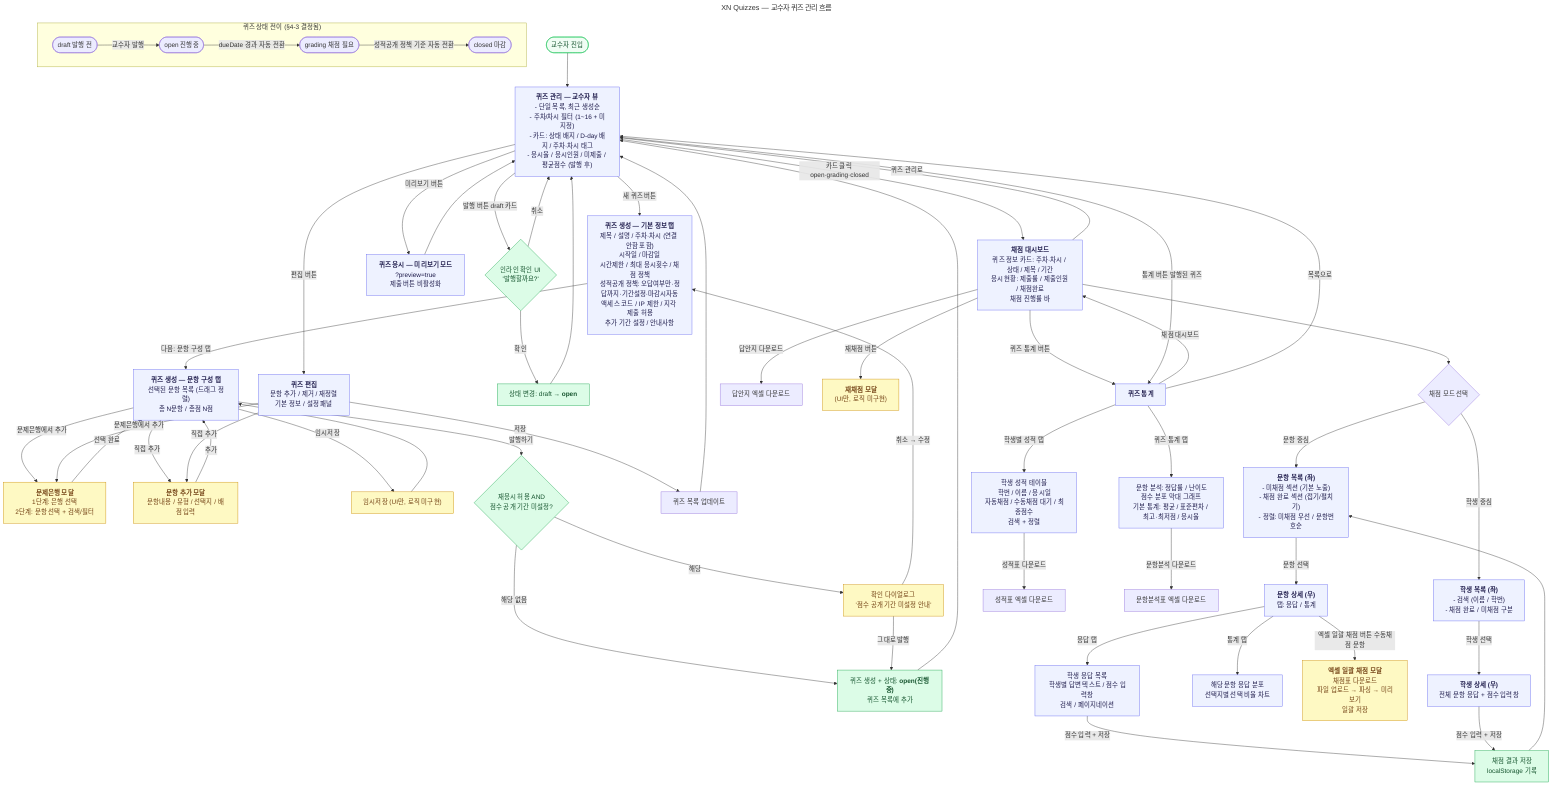
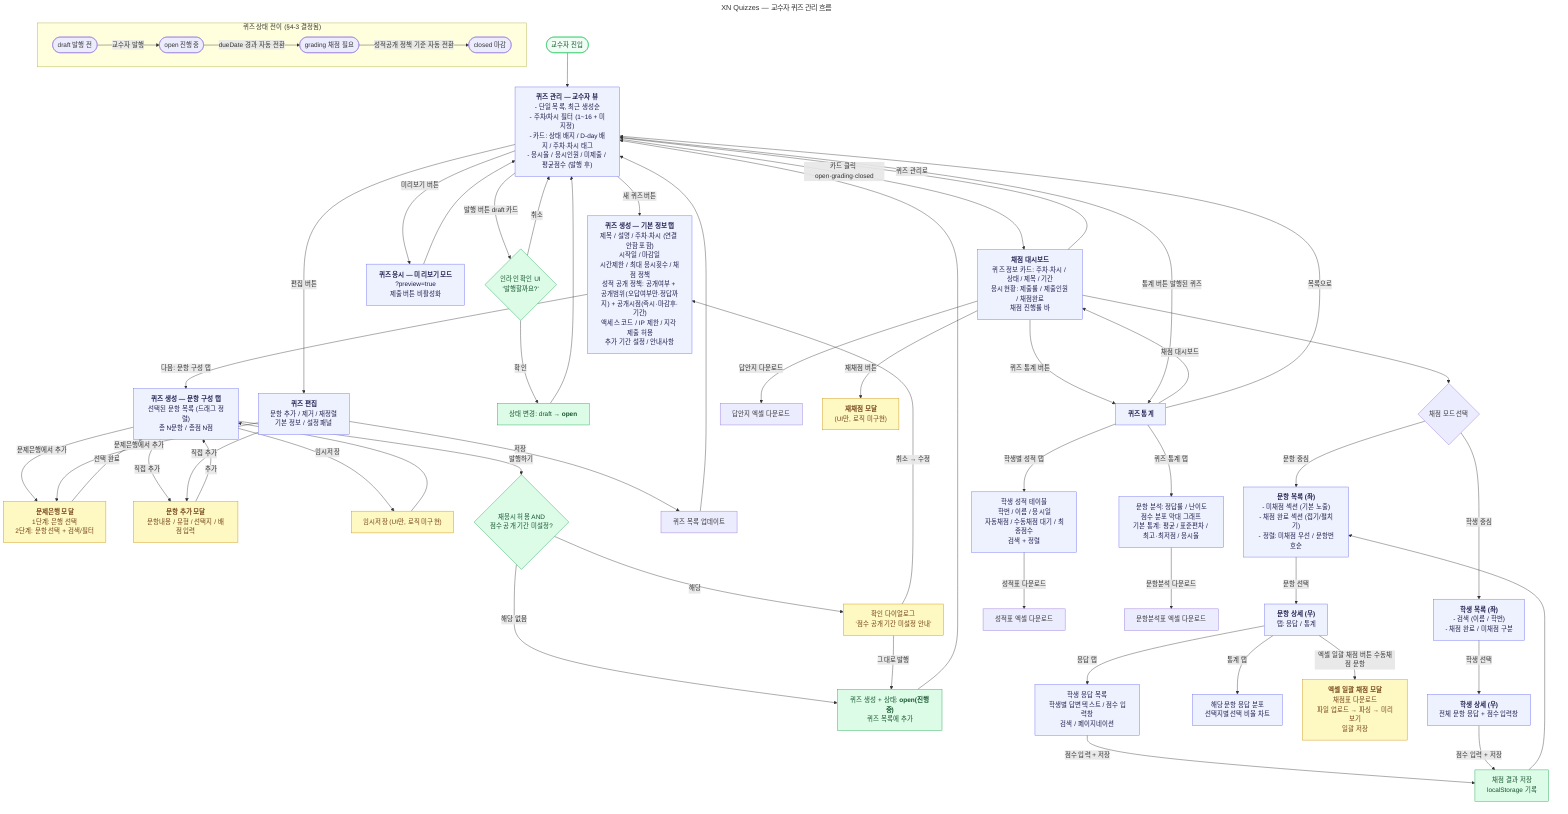
---
title: XN Quizzes — 교수자 퀴즈 관리 흐름
---
flowchart TD
    START([교수자 진입]) --> QL["`**퀴즈 관리 — 교수자 뷰**
    - 단일 목록, 최근 생성순
    - 주차/차시 필터 (1~16 + 미지정)
    - 카드: 상태 배지 / D-day 배지 / 주차·차시 태그
    - 응시율 / 응시인원 / 미제출 / 평균점수 (발행 후)`"]

    %% ── 퀴즈 생성 흐름 ──────────────────────────
    QL -->|새 퀴즈 버튼| QC_INFO["`**퀴즈 생성 — 기본 정보 탭**
    제목 / 설명 / 주차·차시 (연결 안함 포함)
    시작일 / 마감일
    시간제한 / 최대 응시횟수 / 채점 정책
-     성적공개 정책: 오답여부만·정답까지·기간설정·마감시자동
+     성적 공개 정책: 공개여부 + 공개범위(오답여부만·정답까지) + 공개시점(즉시·마감후·기간)
    액세스 코드 / IP 제한 / 지각 제출 허용
    추가 기간 설정 / 안내사항`"]

    QC_INFO -->|다음: 문항 구성 탭| QC_Q["`**퀴즈 생성 — 문항 구성 탭**
    선택된 문항 목록 (드래그 정렬)
    총 N문항 / 총점 N점`"]

    QC_Q -->|문제은행에서 추가| M_BANK["`**문제은행 모달**
    1단계: 은행 선택
    2단계: 문항 선택 + 검색/필터`"]
    QC_Q -->|직접 추가| M_ADD["`**문항 추가 모달**
    문항내용 / 유형 / 선택지 / 배점 입력`"]
    M_BANK -->|선택 완료| QC_Q
    M_ADD  -->|추가| QC_Q

    QC_Q -->|임시저장| DRAFT_SAVE["`임시저장 (UI만, 로직 미구현)`"]
    DRAFT_SAVE --> QC_Q

    QC_Q -->|발행하기| CHECK_MULTI{재응시 허용 AND
    점수 공개 기간 미설정?}
    CHECK_MULTI -->|해당 없음| PUBLISH_OPEN
    CHECK_MULTI -->|해당| CONFIRM_WARN["`확인 다이얼로그
    '점수 공개 기간 미설정 안내'`"]
    CONFIRM_WARN -->|그대로 발행| PUBLISH_OPEN
    CONFIRM_WARN -->|취소 → 수정| QC_INFO

    PUBLISH_OPEN["`퀴즈 생성 + 상태: **open(진행중)**
    퀴즈 목록에 추가`"]
    PUBLISH_OPEN --> QL

    %% ── 미리보기 ────────────────────────────────
    QL -->|미리보기 버튼| QA_PREVIEW["`**퀴즈 응시 — 미리보기 모드**
    ?preview=true
    제출 버튼 비활성화`"]
    QA_PREVIEW --> QL

    %% ── 퀴즈 편집 흐름 ──────────────────────────
    QL -->|편집 버튼| QE["`**퀴즈 편집**
    문항 추가 / 제거 / 재정렬
    기본 정보 / 설정 패널`"]

    QE -->|문제은행에서 추가| M_BANK
    QE -->|직접 추가| M_ADD
    QE -->|저장| SAVE_QUIZ["`퀴즈 목록 업데이트`"]
    SAVE_QUIZ --> QL

    %% ── 퀴즈 발행 (목록 카드에서 직접) ──────────
    QL -->|발행 버튼 draft 카드| CONFIRM_PUB{"`인라인 확인 UI
    '발행할까요?'`"}
    CONFIRM_PUB -->|확인| STATUS_OPEN["`상태 변경: draft → **open**`"]
    CONFIRM_PUB -->|취소| QL
    STATUS_OPEN --> QL

    %% ── 채점 대시보드 진입 ───────────────────────
    QL -->|카드 클릭 open·grading·closed| GD["`**채점 대시보드**
    퀴즈 정보 카드: 주차·차시 / 상태 / 제목 / 기간
    응시 현황: 제출률 / 제출인원 / 채점완료
    채점 진행률 바`"]

    GD --> GRADE_MODE{채점 모드 선택}

    %% 문항 중심
    GRADE_MODE -->|문항 중심| GD_Q["`**문항 목록 (좌)**
    - 미채점 섹션 (기본 노출)
    - 채점 완료 섹션 (접기/펼치기)
    - 정렬: 미채점 우선 / 문항번호순`"]
    GD_Q -->|문항 선택| GD_Q_DETAIL["`**문항 상세 (우)**
    탭: 응답 / 통계`"]
    GD_Q_DETAIL -->|응답 탭| GD_Q_RESP["`학생 응답 목록
    학생별 답변 텍스트 / 점수 입력창
    검색 / 페이지네이션`"]
    GD_Q_DETAIL -->|통계 탭| GD_Q_STATS["`해당 문항 응답 분포
    선택지별 선택 비율 차트`"]
    GD_Q_DETAIL -->|엑셀 일괄 채점 버튼 수동채점 문항| M_EXCEL["`**엑셀 일괄 채점 모달**
    채점표 다운로드
    파일 업로드 → 파싱 → 미리보기
    일괄 저장`"]
    GD_Q_RESP -->|점수 입력 + 저장| SAVE_GRADE["`채점 결과 저장
    localStorage 기록`"]
    SAVE_GRADE --> GD_Q

    %% 학생 중심
    GRADE_MODE -->|학생 중심| GD_S["`**학생 목록 (좌)**
    - 검색 (이름 / 학번)
    - 채점 완료 / 미채점 구분`"]
    GD_S -->|학생 선택| GD_S_RESP["`**학생 상세 (우)**
    전체 문항 응답 + 점수 입력창`"]
    GD_S_RESP -->|점수 입력 + 저장| SAVE_GRADE

    %% 공통 액션 바
    GD -->|답안지 다운로드| DL_ANSWER["`답안지 엑셀 다운로드`"]
    GD -->|재채점 버튼| M_REGRADE["`**재채점 모달**
    (UI만, 로직 미구현)`"]
    GD -->|퀴즈 통계 버튼| QS["`**퀴즈 통계**`"]
    GD -->|퀴즈 관리로| QL

    %% 퀴즈 마감: dueDate 경과 시 자동 전환 (§4-3 결정됨)

    %% ── 통계 조회 흐름 ───────────────────────────
    QL -->|통계 버튼 발행된 퀴즈| QS
    QS -->|학생별 성적 탭| QS_GRADES["`학생 성적 테이블
    학번 / 이름 / 응시일
    자동채점 / 수동채점 대기 / 최종점수
    검색 + 정렬`"]
    QS -->|퀴즈 통계 탭| QS_STATS["`문항 분석: 정답률 / 난이도
    점수 분포 막대 그래프
    기본 통계: 평균 / 표준편차 / 최고·최저점 / 응시율`"]

    QS_GRADES -->|성적표 다운로드| DL_GRADES["`성적표 엑셀 다운로드`"]
    QS_STATS  -->|문항분석 다운로드| DL_ITEM["`문항분석표 엑셀 다운로드`"]
    QS -->|채점 대시보드| GD
    QS -->|목록으로| QL

    %% ── 퀴즈 상태 전이 요약 ─────────────────────
    subgraph STATUS ["퀴즈 상태 전이 (§4-3 결정됨)"]
        direction LR
        S_DRAFT([draft 발행 전]) -->|교수자 발행| S_OPEN([open 진행중])
        S_OPEN  -->|dueDate 경과 자동 전환| S_GRADING(["grading 채점 필요"])
        S_GRADING -->|성적공개 정책 기준 자동 전환| S_CLOSED([closed 마감])
    end

    %% ── 스타일 ───────────────────────────────────
    style QL            fill:#EEF2FF,stroke:#6366F1,color:#1e1b4b
    style QC_INFO       fill:#EEF2FF,stroke:#6366F1,color:#1e1b4b
    style QC_Q          fill:#EEF2FF,stroke:#6366F1,color:#1e1b4b
    style QE            fill:#EEF2FF,stroke:#6366F1,color:#1e1b4b
    style GD            fill:#EEF2FF,stroke:#6366F1,color:#1e1b4b
    style GD_Q          fill:#EEF2FF,stroke:#6366F1,color:#1e1b4b
    style GD_Q_DETAIL   fill:#EEF2FF,stroke:#6366F1,color:#1e1b4b
    style GD_Q_RESP     fill:#EEF2FF,stroke:#6366F1,color:#1e1b4b
    style GD_Q_STATS    fill:#EEF2FF,stroke:#6366F1,color:#1e1b4b
    style GD_S          fill:#EEF2FF,stroke:#6366F1,color:#1e1b4b
    style GD_S_RESP     fill:#EEF2FF,stroke:#6366F1,color:#1e1b4b
    style QS            fill:#EEF2FF,stroke:#6366F1,color:#1e1b4b
    style QS_GRADES     fill:#EEF2FF,stroke:#6366F1,color:#1e1b4b
    style QS_STATS      fill:#EEF2FF,stroke:#6366F1,color:#1e1b4b
    style QA_PREVIEW    fill:#EEF2FF,stroke:#6366F1,color:#1e1b4b

    style M_BANK        fill:#FEF9C3,stroke:#CA8A04,color:#713f12
    style M_ADD         fill:#FEF9C3,stroke:#CA8A04,color:#713f12
    style M_EXCEL       fill:#FEF9C3,stroke:#CA8A04,color:#713f12
    style M_REGRADE     fill:#FEF9C3,stroke:#CA8A04,color:#713f12
    style DRAFT_SAVE    fill:#FEF9C3,stroke:#CA8A04,color:#713f12

    style CONFIRM_PUB   fill:#DCFCE7,stroke:#16A34A,color:#14532d
    style CONFIRM_WARN  fill:#FEF9C3,stroke:#CA8A04,color:#713f12
    style CHECK_MULTI   fill:#DCFCE7,stroke:#16A34A,color:#14532d

    style STATUS_OPEN   fill:#DCFCE7,stroke:#16A34A,color:#14532d
    style PUBLISH_OPEN  fill:#DCFCE7,stroke:#16A34A,color:#14532d
    style SAVE_GRADE    fill:#DCFCE7,stroke:#16A34A,color:#14532d

    style START fill:#F0FDF4,stroke:#22C55E,color:#14532d
